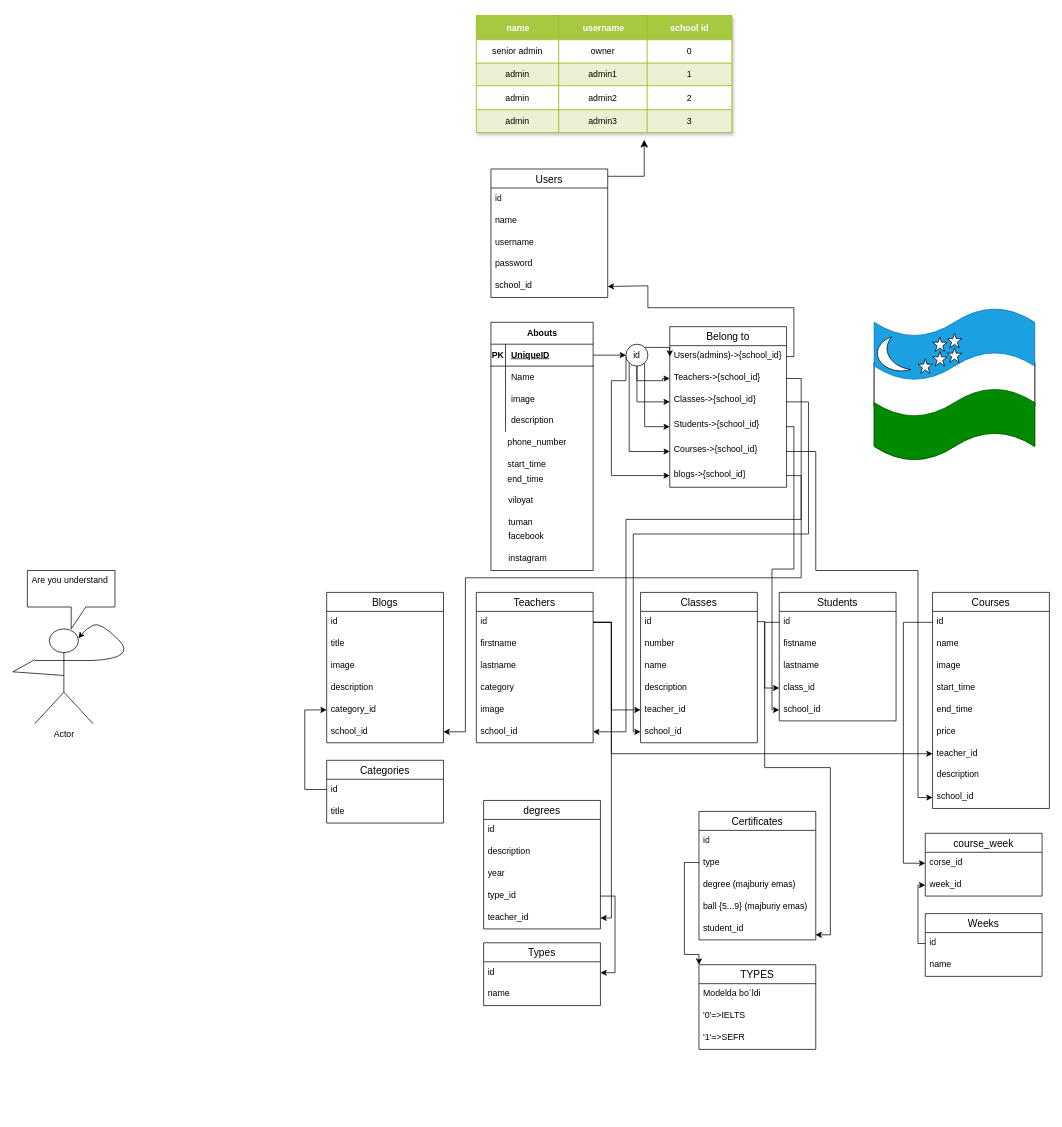
This is school-website/migration.drawio from my-white1/school-website, a draw.io file, before an edit. Source tidied: cells renumbered, new cells numbered last; positions are measured from the earlier drawing's top-left corner, leaving out a move shared by most shapes. Both pictures are drawn from the tidied source at 73%, with x=0, y=0 at pixel (12, 15).
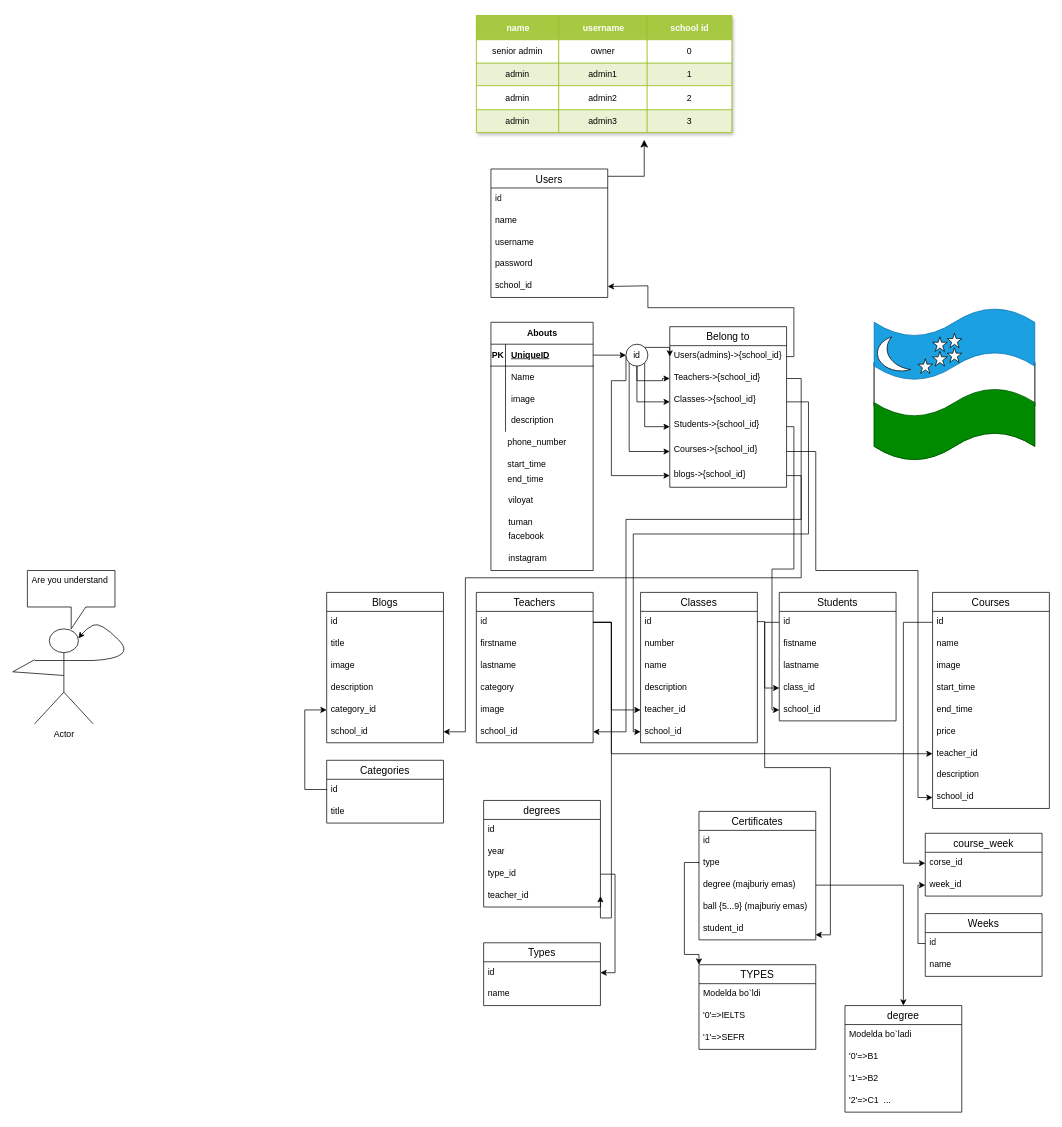
Above is the later version.

The change refers to these unchanged cells:
```xml
<mxCell id="117" value="degree (majburiy emas)" style="text;strokeColor=none;fillColor=none;spacingLeft=4;spacingRight=4;overflow=hidden;points=[[0,0.5],[1,0.5]];portConstraint=eastwest;fontSize=12;whiteSpace=wrap;html=1;" parent="114" vertex="1">
  <mxGeometry y="86" width="160" height="30" as="geometry" />
</mxCell>
```

The edit, as a diff of the source:
```diff
@@
     <mxCell id="102" value="degrees" style="swimlane;fontStyle=0;horizontal=1;startSize=26;align=center;fontSize=14;" parent="1" vertex="1">
-      <mxGeometry x="645" y="1075" width="160" height="176" as="geometry" />
+      <mxGeometry x="645" y="1075" width="160" height="146" as="geometry" />
     </mxCell>
@@
-    <mxCell id="104" value="description" style="text;strokeColor=none;fillColor=none;spacingLeft=4;spacingRight=4;overflow=hidden;fontSize=12;whiteSpace=wrap;html=1;" parent="102" vertex="1">
-      <mxGeometry y="56" width="160" height="30" as="geometry" />
-    </mxCell>
     <mxCell id="105" value="year" style="text;strokeColor=none;fillColor=none;spacingLeft=4;spacingRight=4;overflow=hidden;fontSize=12;whiteSpace=wrap;html=1;" parent="102" vertex="1">
-      <mxGeometry y="86" width="160" height="30" as="geometry" />
+      <mxGeometry y="56" width="160" height="30" as="geometry" />
     </mxCell>
     <mxCell id="106" value="type_id" style="text;strokeColor=none;fillColor=none;spacingLeft=4;spacingRight=4;overflow=hidden;points=[[0,0.5],[1,0.5]];portConstraint=eastwest;fontSize=12;whiteSpace=wrap;html=1;" parent="102" vertex="1">
-      <mxGeometry y="116" width="160" height="30" as="geometry" />
+      <mxGeometry y="86" width="160" height="30" as="geometry" />
     </mxCell>
     <mxCell id="107" value="teacher_id" style="text;strokeColor=none;fillColor=none;spacingLeft=4;spacingRight=4;overflow=hidden;points=[[0,0.5],[1,0.5]];portConstraint=eastwest;fontSize=12;whiteSpace=wrap;html=1;" parent="102" vertex="1">
-      <mxGeometry y="146" width="160" height="30" as="geometry" />
+      <mxGeometry y="116" width="160" height="30" as="geometry" />
     </mxCell>
@@
+    <mxCell id="169" value="degree" style="swimlane;fontStyle=0;horizontal=1;startSize=26;align=center;fontSize=14;" parent="1" vertex="1">
+      <mxGeometry x="1140" y="1356" width="160" height="146" as="geometry" />
+    </mxCell>
+    <mxCell id="170" value="Modelda bo`ladi" style="text;strokeColor=none;fillColor=none;spacingLeft=4;spacingRight=4;overflow=hidden;fontSize=12;whiteSpace=wrap;html=1;" parent="169" vertex="1">
+      <mxGeometry y="26" width="160" height="30" as="geometry" />
+    </mxCell>
+    <mxCell id="171" value="'0'=&amp;gt;B1" style="text;strokeColor=none;fillColor=none;spacingLeft=4;spacingRight=4;overflow=hidden;fontSize=12;whiteSpace=wrap;html=1;" parent="169" vertex="1">
+      <mxGeometry y="56" width="160" height="30" as="geometry" />
+    </mxCell>
+    <mxCell id="172" value="'1'=&amp;gt;B2" style="text;strokeColor=none;fillColor=none;spacingLeft=4;spacingRight=4;overflow=hidden;fontSize=12;whiteSpace=wrap;html=1;" parent="169" vertex="1">
+      <mxGeometry y="86" width="160" height="30" as="geometry" />
+    </mxCell>
+    <mxCell id="173" value="'2'=&amp;gt;C1&amp;nbsp; ..." style="text;strokeColor=none;fillColor=none;spacingLeft=4;spacingRight=4;overflow=hidden;fontSize=12;whiteSpace=wrap;html=1;" parent="169" vertex="1">
+      <mxGeometry y="116" width="160" height="30" as="geometry" />
+    </mxCell>
+    <mxCell id="174" style="edgeStyle=orthogonalEdgeStyle;rounded=0;jettySize=auto;html=1;exitX=1;exitY=0.5;exitDx=0;exitDy=0;" parent="1" edge="1" source="117" target="169">
+      <mxGeometry relative="1" as="geometry" />
+    </mxCell>
```
